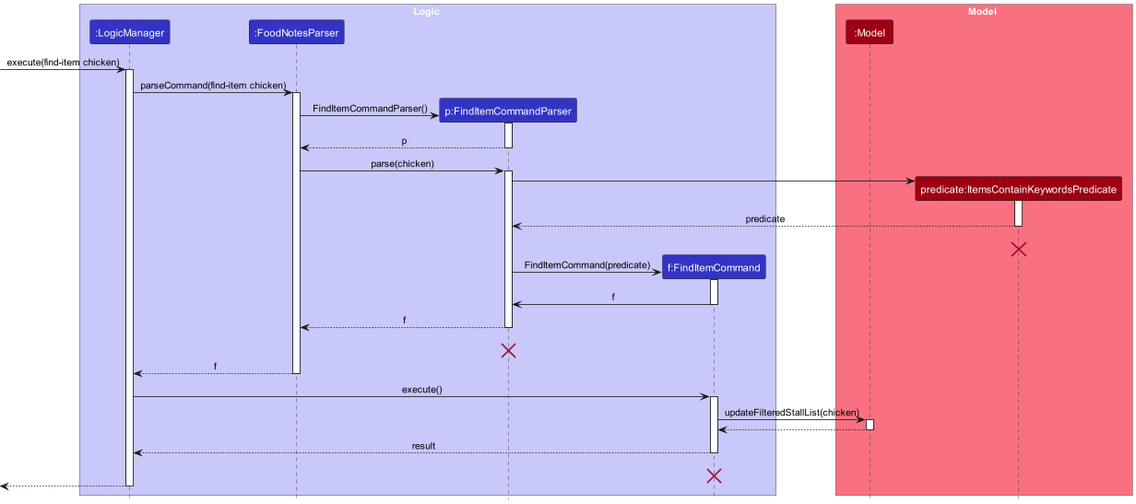
teoks0199/tp keeps this PlantUML diagram as docs/images/FindItemSequenceDiagram.png. Above is the earlier version. Its diagram source:
```plantuml
@startuml
!include style.puml
skinparam ArrowFontStyle plain

box Logic LOGIC_COLOR_T1
participant ":LogicManager" as LogicManager LOGIC_COLOR
participant ":FoodNotesParser" as FoodNotesParser LOGIC_COLOR
participant "p:FindItemCommandParser" as FindItemCommandParser LOGIC_COLOR
participant "f:FindItemCommand" as FindItemCommand LOGIC_COLOR
end box

box Model MODEL_COLOR_T1
participant ":Model" as Model MODEL_COLOR
participant "predicate:ItemsContainKeywordsPredicate" as ItemsContainKeywordsPredicate MODEL_COLOR
end box
[-> LogicManager : execute(find-item chicken)
activate LogicManager

LogicManager -> FoodNotesParser : parseCommand(find-item chicken)
activate FoodNotesParser

create FindItemCommandParser
FoodNotesParser -> FindItemCommandParser :FindItemCommandParser()
activate FindItemCommandParser



FindItemCommandParser --> FoodNotesParser : p
deactivate FindItemCommandParser

FoodNotesParser -> FindItemCommandParser :parse(chicken)
activate FindItemCommandParser

create ItemsContainKeywordsPredicate
FindItemCommandParser -> ItemsContainKeywordsPredicate


activate ItemsContainKeywordsPredicate

ItemsContainKeywordsPredicate --> FindItemCommandParser : predicate

deactivate ItemsContainKeywordsPredicate
ItemsContainKeywordsPredicate -[hidden]-> FindItemCommandParser : result
destroy ItemsContainKeywordsPredicate

create FindItemCommand
FindItemCommandParser -> FindItemCommand : FindItemCommand(predicate)
activate FindItemCommand
FindItemCommand -> FindItemCommandParser : f
deactivate FindItemCommand

FindItemCommandParser --> FoodNotesParser: f
deactivate FindItemCommandParser
FindItemCommandParser -[hidden]-> FoodNotesParser : result
destroy FindItemCommandParser

FoodNotesParser --> LogicManager : f
deactivate FoodNotesParser

LogicManager -> FindItemCommand : execute()
activate FindItemCommand

FindItemCommand -> Model : updateFilteredStallList(chicken)
activate Model





Model --> FindItemCommand
deactivate Model

FindItemCommand --> LogicManager : result
deactivate FindItemCommand
FindItemCommand -[hidden]-> LogicManager : result
destroy FindItemCommand



[<--LogicManager
deactivate LogicManager
@enduml
```
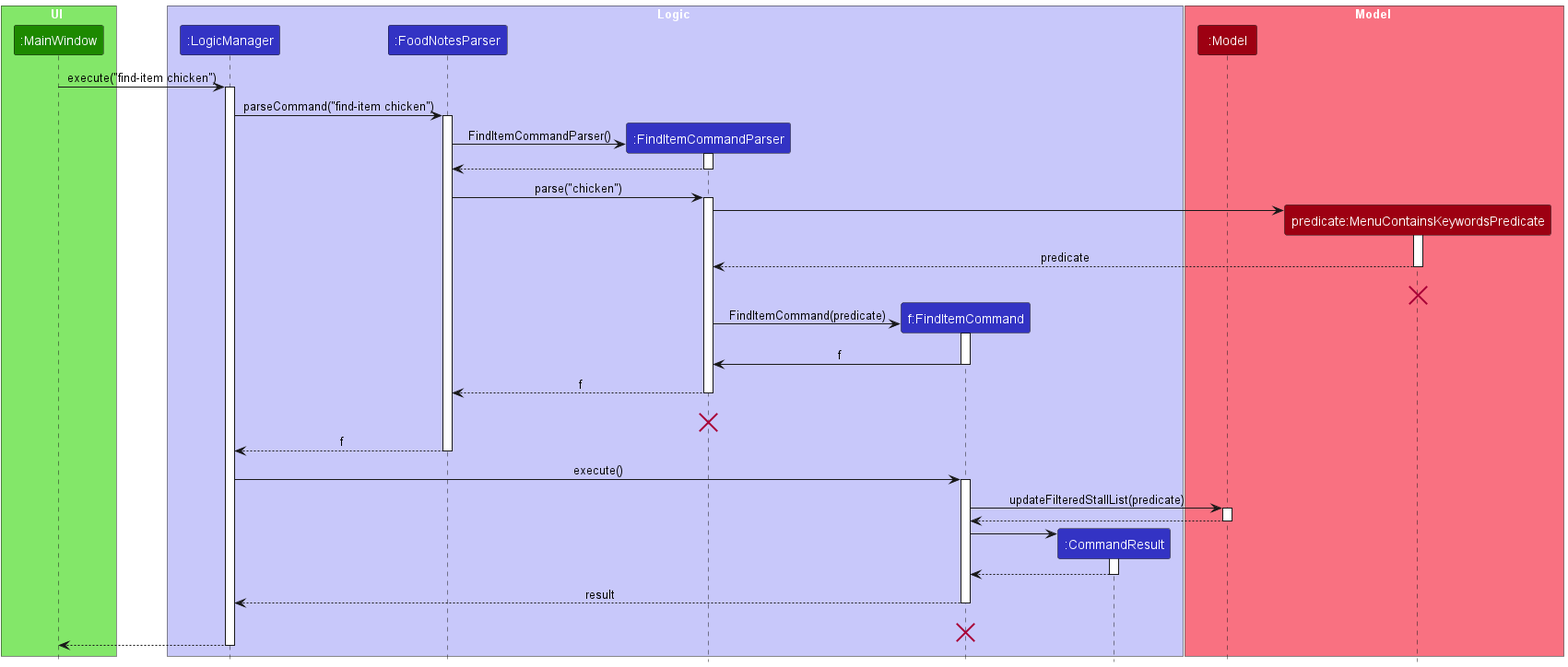
Later version of the same file.

What changed in the source:
```diff
@@ -2,21 +2,26 @@
 !include style.puml
 skinparam ArrowFontStyle plain
 
+box UI UI_COLOR_T1
+participant ":MainWindow" as MainWindow UI_COLOR
+end box
+
 box Logic LOGIC_COLOR_T1
 participant ":LogicManager" as LogicManager LOGIC_COLOR
 participant ":FoodNotesParser" as FoodNotesParser LOGIC_COLOR
-participant "p:FindItemCommandParser" as FindItemCommandParser LOGIC_COLOR
+participant ":FindItemCommandParser" as FindItemCommandParser LOGIC_COLOR
 participant "f:FindItemCommand" as FindItemCommand LOGIC_COLOR
+participant ":CommandResult" as CommandResult LOGIC_COLOR
 end box
 
 box Model MODEL_COLOR_T1
 participant ":Model" as Model MODEL_COLOR
-participant "predicate:ItemsContainKeywordsPredicate" as ItemsContainKeywordsPredicate MODEL_COLOR
+participant "predicate:MenuContainsKeywordsPredicate" as MenuContainsKeywordsPredicate MODEL_COLOR
 end box
-[-> LogicManager : execute(find-item chicken)
+MainWindow -> LogicManager : execute("find-item chicken")
 activate LogicManager
 
-LogicManager -> FoodNotesParser : parseCommand(find-item chicken)
+LogicManager -> FoodNotesParser : parseCommand("find-item chicken")
 activate FoodNotesParser
 
 create FindItemCommandParser
@@ -25,23 +30,23 @@
 
 
 
-FindItemCommandParser --> FoodNotesParser : p
+FindItemCommandParser --> FoodNotesParser
 deactivate FindItemCommandParser
 
-FoodNotesParser -> FindItemCommandParser :parse(chicken)
+FoodNotesParser -> FindItemCommandParser :parse("chicken")
 activate FindItemCommandParser
 
-create ItemsContainKeywordsPredicate
-FindItemCommandParser -> ItemsContainKeywordsPredicate
+create MenuContainsKeywordsPredicate
+FindItemCommandParser -> MenuContainsKeywordsPredicate
 
 
-activate ItemsContainKeywordsPredicate
+activate MenuContainsKeywordsPredicate
 
-ItemsContainKeywordsPredicate --> FindItemCommandParser : predicate
+MenuContainsKeywordsPredicate --> FindItemCommandParser : predicate
 
-deactivate ItemsContainKeywordsPredicate
-ItemsContainKeywordsPredicate -[hidden]-> FindItemCommandParser : result
-destroy ItemsContainKeywordsPredicate
+deactivate MenuContainsKeywordsPredicate
+MenuContainsKeywordsPredicate -[hidden]-> FindItemCommandParser : result
+destroy MenuContainsKeywordsPredicate
 
 create FindItemCommand
 FindItemCommandParser -> FindItemCommand : FindItemCommand(predicate)
@@ -60,15 +65,20 @@
 LogicManager -> FindItemCommand : execute()
 activate FindItemCommand
 
-FindItemCommand -> Model : updateFilteredStallList(chicken)
+FindItemCommand -> Model : updateFilteredStallList(predicate)
 activate Model
-
-
-
 
 
 Model --> FindItemCommand
 deactivate Model
+
+create CommandResult
+FindItemCommand -> CommandResult
+activate CommandResult
+
+CommandResult --> FindItemCommand
+deactivate CommandResult
+
 
 FindItemCommand --> LogicManager : result
 deactivate FindItemCommand
@@ -77,6 +87,6 @@
 
 
 
-[<--LogicManager
+MainWindow <--LogicManager
 deactivate LogicManager
 @enduml
```
